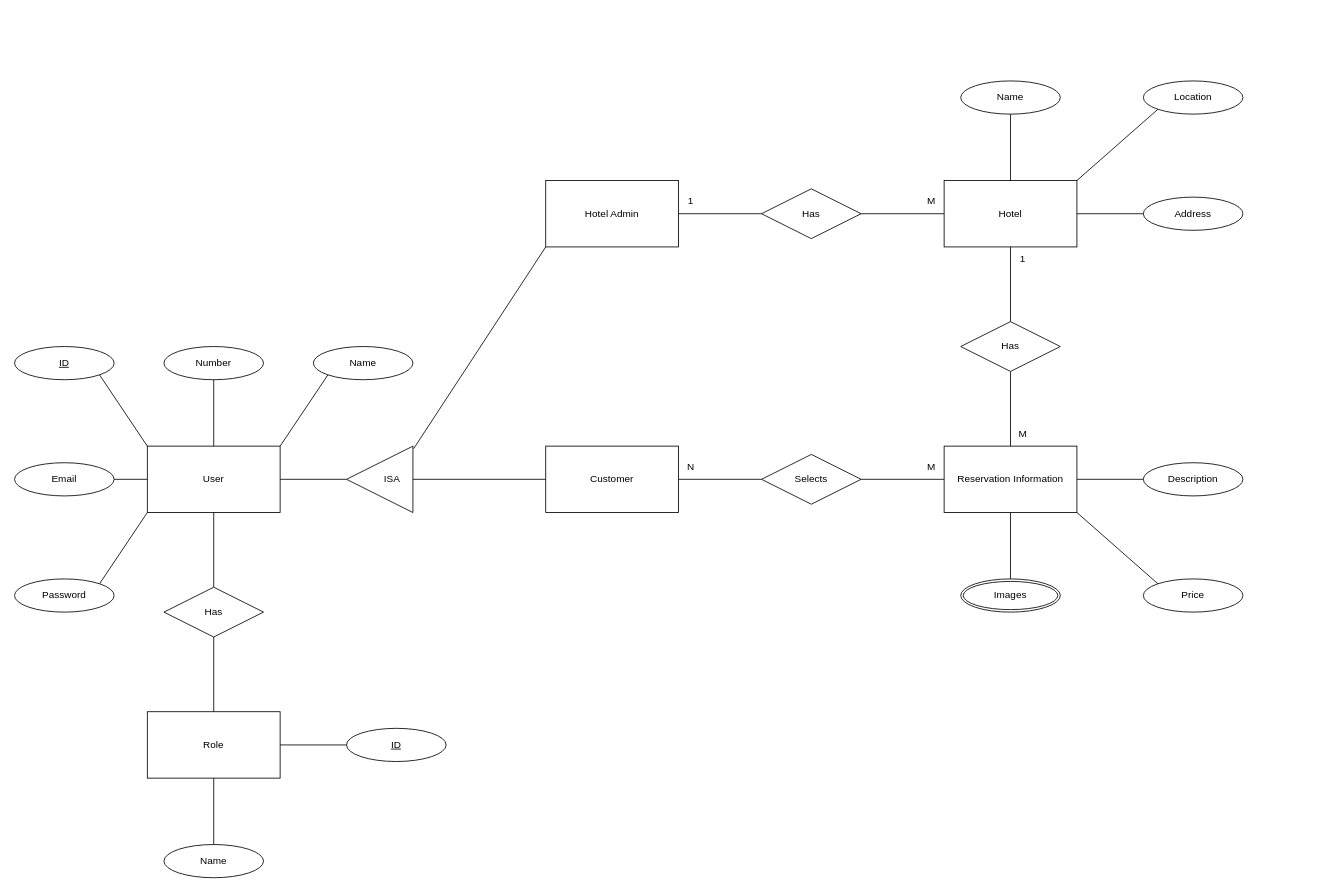
Above: docs/ER.drawio in LassazVegaz/Hotel-Reservation-System (draw.io), before the change. Source tidied: cells renumbered, new cells numbered last; positions are measured from the earlier drawing's top-left corner, leaving out a move shared by most shapes. Both pictures are drawn from the tidied source at 83%, with x=0, y=0 at pixel (14, 81).
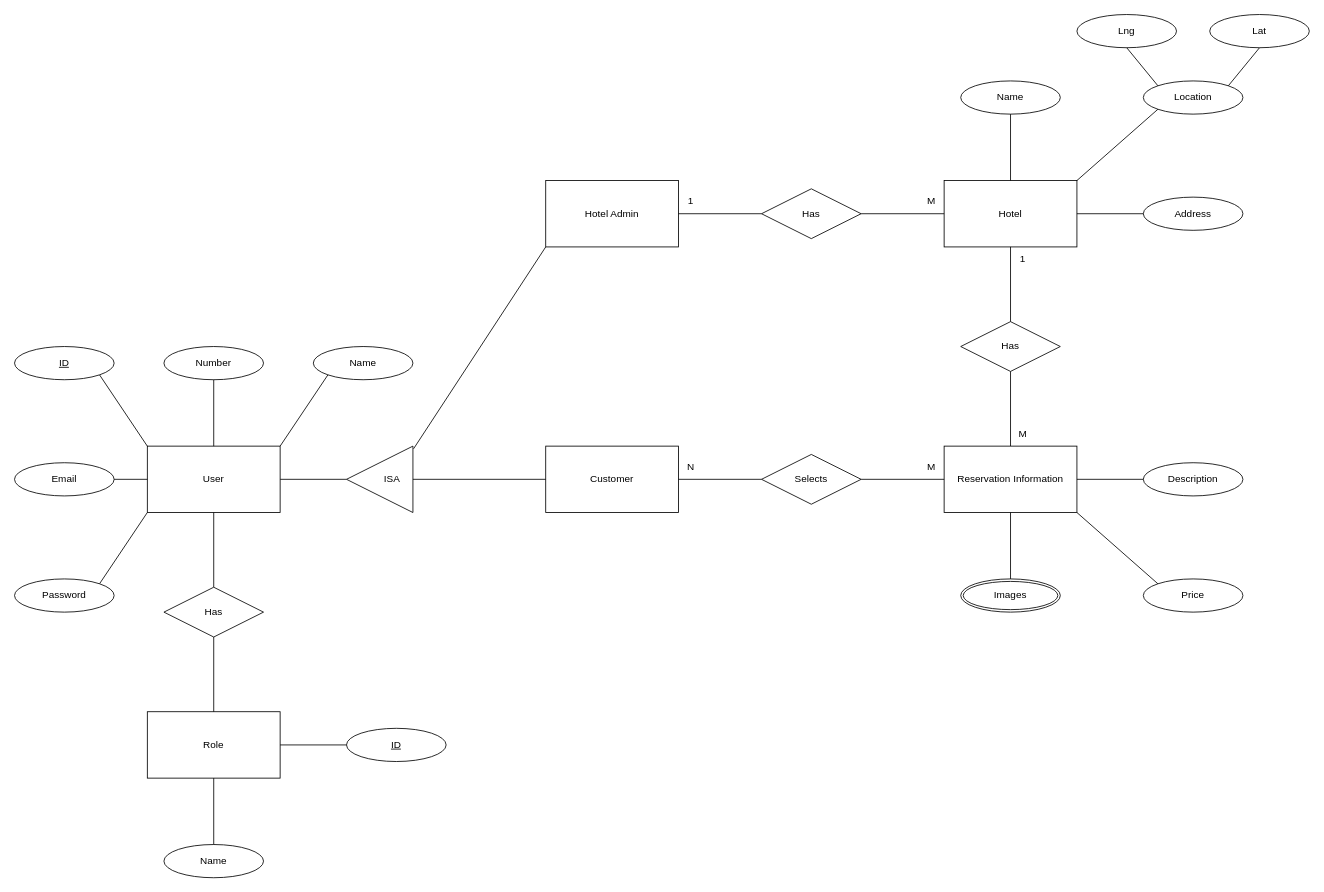
Above is the later version.

Unchanged cells that the change refers to:
```xml
<mxCell id="9" value="Location" style="ellipse;whiteSpace=wrap;html=1;align=center;" parent="1" vertex="1">
  <mxGeometry x="1360" width="120" height="40" as="geometry" />
</mxCell>
```

The edit, as a diff of the source:
```diff
@@
+    <mxCell id="57" value="Lat" style="ellipse;whiteSpace=wrap;html=1;align=center;" parent="1" vertex="1">
+      <mxGeometry x="1440" y="-80" width="120" height="40" as="geometry" />
+    </mxCell>
+    <mxCell id="58" value="Lng" style="ellipse;whiteSpace=wrap;html=1;align=center;" parent="1" vertex="1">
+      <mxGeometry x="1280" y="-80" width="120" height="40" as="geometry" />
+    </mxCell>
+    <mxCell id="59" style="endArrow=none;html=1;rounded=0;exitX=0.5;exitY=1;exitDx=0;exitDy=0;entryX=0;entryY=0;entryDx=0;entryDy=0;" parent="1" edge="1" source="58" target="9">
+      <mxGeometry relative="1" as="geometry" />
+    </mxCell>
+    <mxCell id="60" style="endArrow=none;html=1;rounded=0;exitX=0.5;exitY=1;exitDx=0;exitDy=0;entryX=1;entryY=0;entryDx=0;entryDy=0;" parent="1" edge="1" source="57" target="9">
+      <mxGeometry relative="1" as="geometry" />
+    </mxCell>
```
